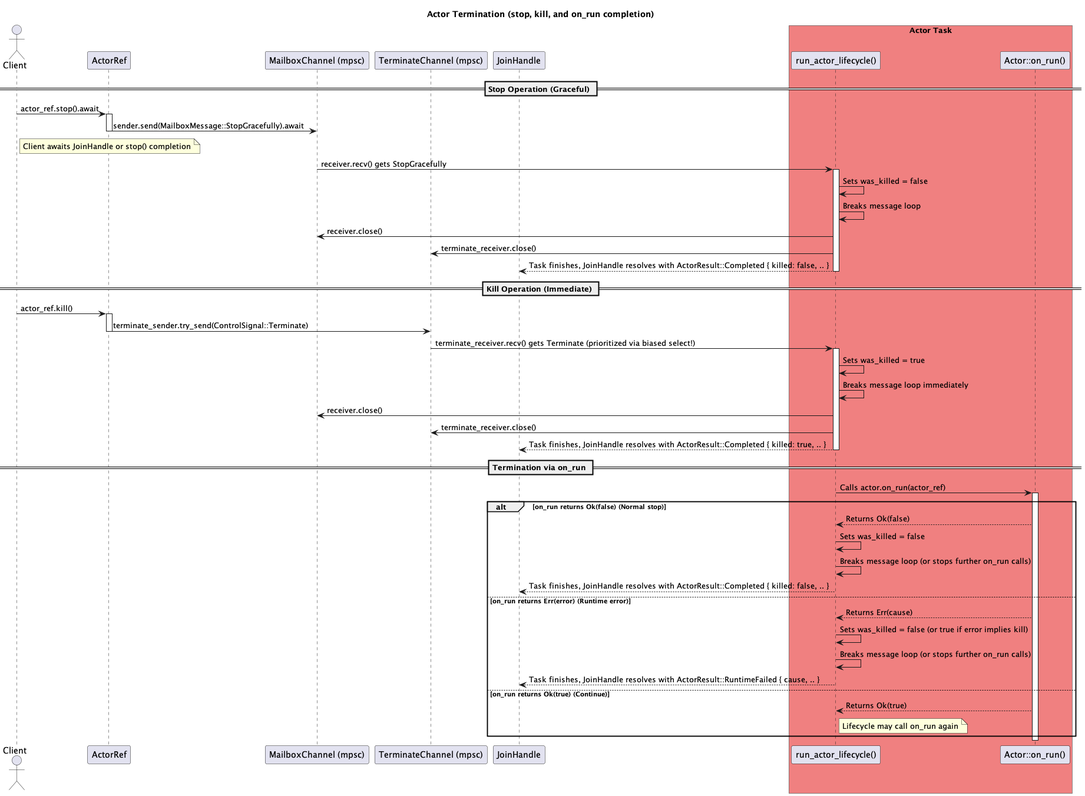
This is docs/Actor Termination.png from hiking90/rsactor, a PlantUML export, as it was before one commit.
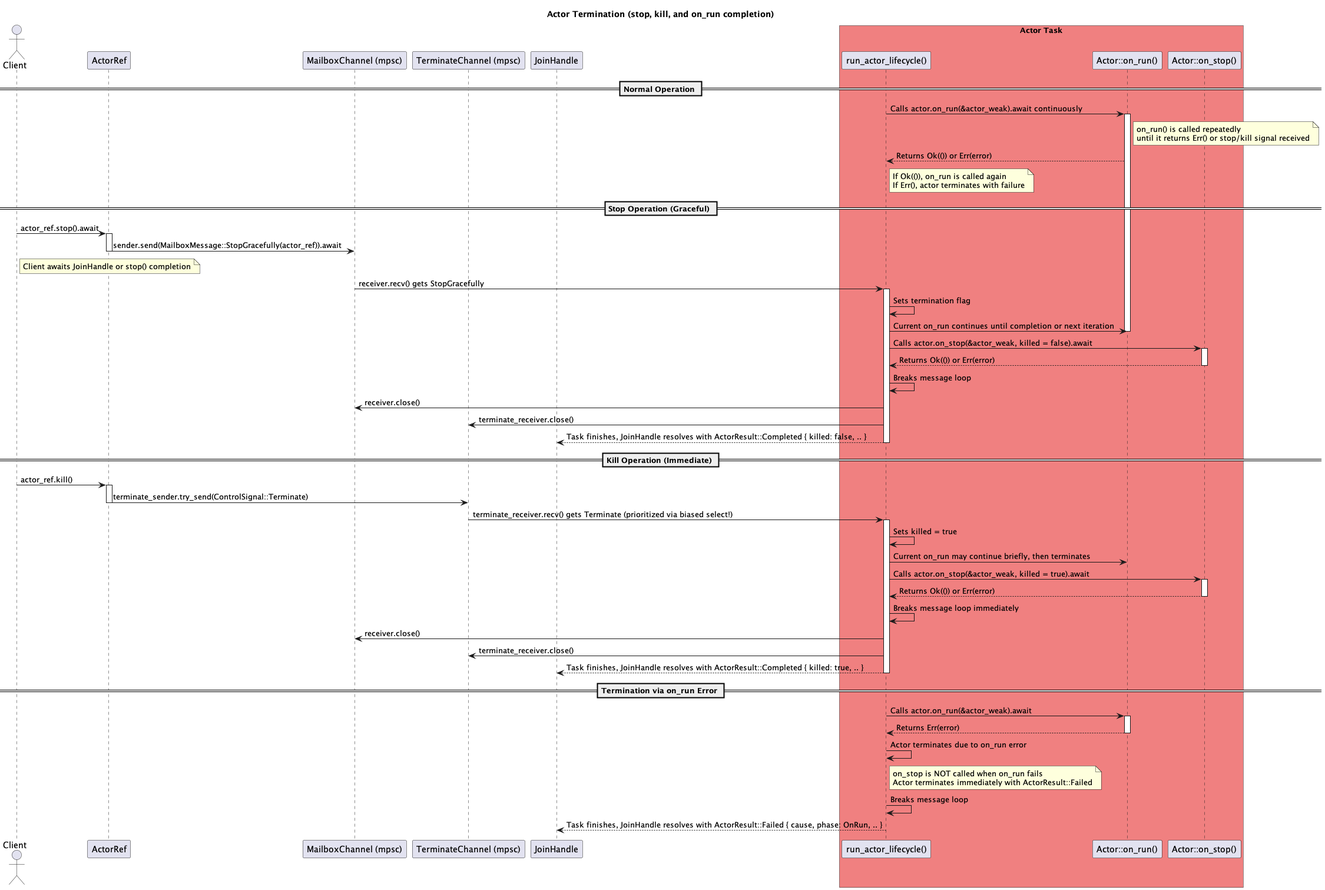
After the commit.

What changed in the source:
```diff
@@ -7,23 +7,38 @@
 participant "TerminateChannel (mpsc)" as TerminateChannel
 participant "run_actor_lifecycle()" as Lifecycle
 participant "Actor::on_run()" as on_run_method
+participant "Actor::on_stop()" as on_stop_method
 participant "JoinHandle" as JoinHandle_obj
 
 box "Actor Task" #LightCoral
     participant Lifecycle
     participant on_run_method
+    participant on_stop_method
 end box
+
+== Normal Operation ==
+Lifecycle -> on_run_method: Calls actor.on_run(&actor_weak).await continuously
+activate on_run_method
+note right of on_run_method: on_run() is called repeatedly\nuntil it returns Err() or stop/kill signal received
+on_run_method --> Lifecycle: Returns Ok(()) or Err(error)
+note right of Lifecycle: If Ok(()), on_run is called again\nIf Err(), actor terminates with failure
 
 == Stop Operation (Graceful) ==
 Client -> ActorRef_obj: actor_ref.stop().await
 activate ActorRef_obj
-ActorRef_obj -> MailboxChannel: sender.send(MailboxMessage::StopGracefully).await
+ActorRef_obj -> MailboxChannel: sender.send(MailboxMessage::StopGracefully(actor_ref)).await
 deactivate ActorRef_obj
 note right of Client: Client awaits JoinHandle or stop() completion
 
 MailboxChannel -> Lifecycle: receiver.recv() gets StopGracefully
 activate Lifecycle
-Lifecycle -> Lifecycle: Sets was_killed = false
+Lifecycle -> Lifecycle: Sets termination flag
+Lifecycle -> on_run_method: Current on_run continues until completion or next iteration
+deactivate on_run_method
+Lifecycle -> on_stop_method: Calls actor.on_stop(&actor_weak, killed = false).await
+activate on_stop_method
+on_stop_method --> Lifecycle: Returns Ok(()) or Err(error)
+deactivate on_stop_method
 Lifecycle -> Lifecycle: Breaks message loop
 Lifecycle -> MailboxChannel: receiver.close()
 Lifecycle -> TerminateChannel: terminate_receiver.close()
@@ -38,31 +53,28 @@
 
 TerminateChannel -> Lifecycle: terminate_receiver.recv() gets Terminate (prioritized via biased select!)
 activate Lifecycle
-Lifecycle -> Lifecycle: Sets was_killed = true
+Lifecycle -> Lifecycle: Sets killed = true
+Lifecycle -> on_run_method: Current on_run may continue briefly, then terminates
+deactivate on_run_method
+Lifecycle -> on_stop_method: Calls actor.on_stop(&actor_weak, killed = true).await
+activate on_stop_method
+on_stop_method --> Lifecycle: Returns Ok(()) or Err(error)
+deactivate on_stop_method
 Lifecycle -> Lifecycle: Breaks message loop immediately
 Lifecycle -> MailboxChannel: receiver.close()
 Lifecycle -> TerminateChannel: terminate_receiver.close()
 Lifecycle --> JoinHandle_obj: Task finishes, JoinHandle resolves with ActorResult::Completed { killed: true, .. }
 deactivate Lifecycle
 
-== Termination via on_run ==
-Lifecycle -> on_run_method: Calls actor.on_run(actor_ref)
+== Termination via on_run Error ==
+Lifecycle -> on_run_method: Calls actor.on_run(&actor_weak).await
 activate on_run_method
-alt on_run returns Ok(false) (Normal stop)
-    on_run_method --> Lifecycle: Returns Ok(false)
-    Lifecycle -> Lifecycle: Sets was_killed = false
-    Lifecycle -> Lifecycle: Breaks message loop (or stops further on_run calls)
-    Lifecycle --> JoinHandle_obj: Task finishes, JoinHandle resolves with ActorResult::Completed { killed: false, .. }
-else on_run returns Err(error) (Runtime error)
-    on_run_method --> Lifecycle: Returns Err(cause)
-    Lifecycle -> Lifecycle: Sets was_killed = false (or true if error implies kill)
-    Lifecycle -> Lifecycle: Breaks message loop (or stops further on_run calls)
-    Lifecycle --> JoinHandle_obj: Task finishes, JoinHandle resolves with ActorResult::RuntimeFailed { cause, .. }
-else on_run returns Ok(true) (Continue)
-    on_run_method --> Lifecycle: Returns Ok(true)
-    note right of Lifecycle: Lifecycle may call on_run again
-end
+on_run_method --> Lifecycle: Returns Err(error)
 deactivate on_run_method
+Lifecycle -> Lifecycle: Actor terminates due to on_run error
+note right of Lifecycle: on_stop is NOT called when on_run fails\nActor terminates immediately with ActorResult::Failed
+Lifecycle -> Lifecycle: Breaks message loop
+Lifecycle --> JoinHandle_obj: Task finishes, JoinHandle resolves with ActorResult::Failed { cause, phase: OnRun, .. }
 deactivate Lifecycle
 
 @enduml
```
